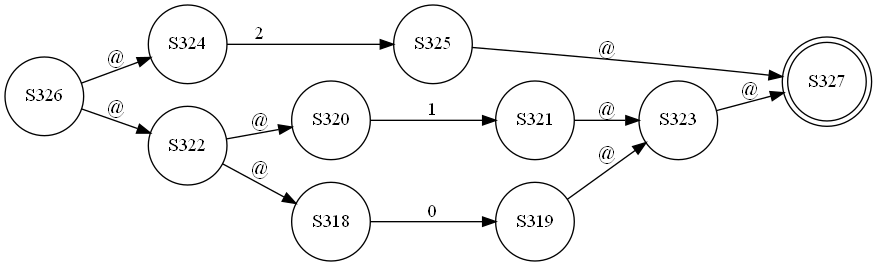
Before: finalCode/test-output/round-table.gv.png, a diagram exported from Graphviz (abdelazizSalah/RegExp_NFA_DFA_DFAMinimization). Its source is kept beside it as finalCode/test-output/round-table.gv. Source of this version:
```dot
digraph {
	graph [rankdir=LR]
	S324 [label=S324 shape=circle]
	S324 -> S325 [label=2]
	S325 [label=S325 shape=circle]
	S325 -> S327 [label="@"]
	S320 [label=S320 shape=circle]
	S320 -> S321 [label=1]
	S321 [label=S321 shape=circle]
	S321 -> S323 [label="@"]
	S318 [label=S318 shape=circle]
	S318 -> S319 [label=0]
	S319 [label=S319 shape=circle]
	S319 -> S323 [label="@"]
	S322 [label=S322 shape=circle]
	S322 -> S320 [label="@"]
	S322 -> S318 [label="@"]
	S323 [label=S323 shape=circle]
	S323 -> S327 [label="@"]
	S326 [label=S326 shape=circle]
	S326 -> S324 [label="@"]
	S326 -> S322 [label="@"]
	S327 [label=S327 shape=doublecircle]
}
```
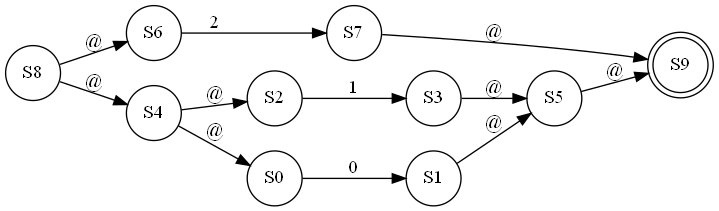
Above is the later version.

Change to the diagram source:
```diff
@@ -1,24 +1,24 @@
 digraph {
 	graph [rankdir=LR]
-	S324 [label=S324 shape=circle]
-	S324 -> S325 [label=2]
-	S325 [label=S325 shape=circle]
-	S325 -> S327 [label="@"]
-	S320 [label=S320 shape=circle]
-	S320 -> S321 [label=1]
-	S321 [label=S321 shape=circle]
-	S321 -> S323 [label="@"]
-	S318 [label=S318 shape=circle]
-	S318 -> S319 [label=0]
-	S319 [label=S319 shape=circle]
-	S319 -> S323 [label="@"]
-	S322 [label=S322 shape=circle]
-	S322 -> S320 [label="@"]
-	S322 -> S318 [label="@"]
-	S323 [label=S323 shape=circle]
-	S323 -> S327 [label="@"]
-	S326 [label=S326 shape=circle]
-	S326 -> S324 [label="@"]
-	S326 -> S322 [label="@"]
-	S327 [label=S327 shape=doublecircle]
+	S6 [label=S6 shape=circle]
+	S6 -> S7 [label=2]
+	S7 [label=S7 shape=circle]
+	S7 -> S9 [label="@"]
+	S2 [label=S2 shape=circle]
+	S2 -> S3 [label=1]
+	S3 [label=S3 shape=circle]
+	S3 -> S5 [label="@"]
+	S0 [label=S0 shape=circle]
+	S0 -> S1 [label=0]
+	S1 [label=S1 shape=circle]
+	S1 -> S5 [label="@"]
+	S4 [label=S4 shape=circle]
+	S4 -> S2 [label="@"]
+	S4 -> S0 [label="@"]
+	S5 [label=S5 shape=circle]
+	S5 -> S9 [label="@"]
+	S8 [label=S8 shape=circle]
+	S8 -> S6 [label="@"]
+	S8 -> S4 [label="@"]
+	S9 [label=S9 shape=doublecircle]
 }
```
